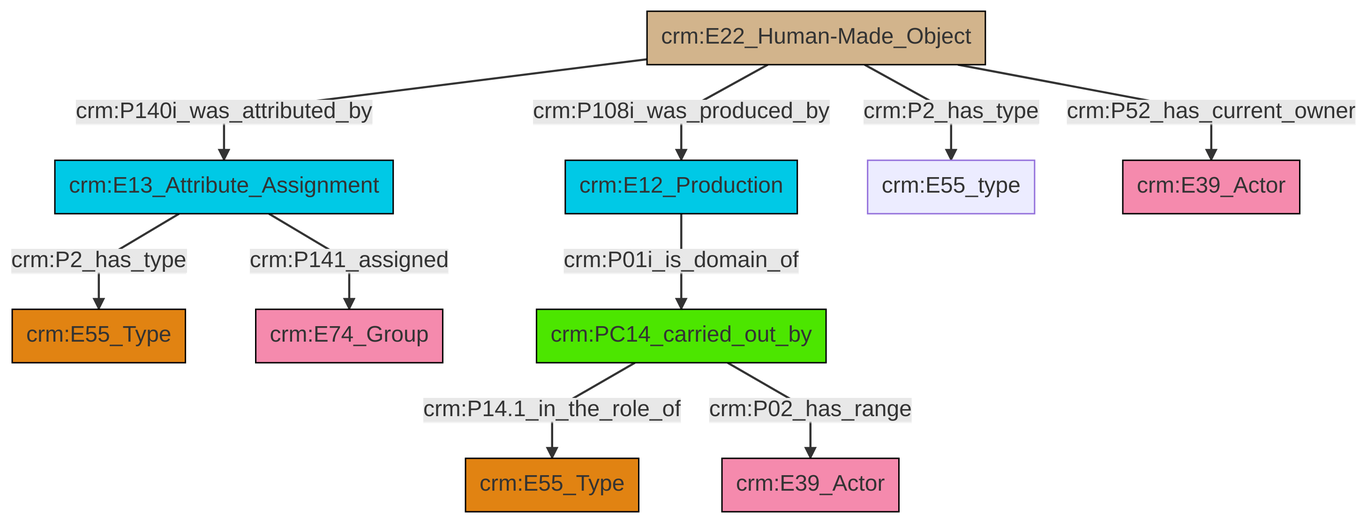
swiss-art-research-net/docs.swissartresearch keeps this Mermaid diagram as et/builtWorkCSV/ttl/mmd/png/Built_Work_actor_relations.png. Above is the earlier version. Its source is kept beside it as et/builtWorkCSV/ttl/mmd/Built_Work_actor_relations.ttl.mmd.
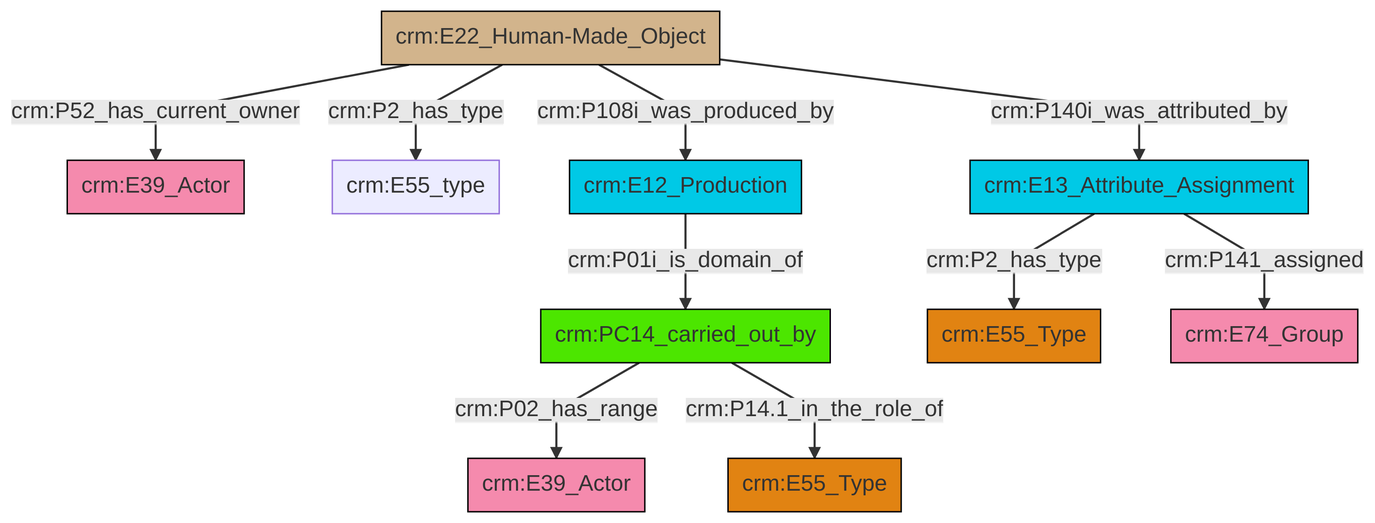
The same diagram one commit later.

Diff of the diagram source:
```diff
@@ -13,12 +13,12 @@
 classDef PC_Classes fill:#4ce600, stroke:#000000;
 classDef Multi fill:#cccccc,stroke:#000000;
 
-2["crm:E22_Human-Made_Object"]:::Physical_Thing -->|crm:P108i_was_produced_by| 3["crm:E12_Production"]:::Temporal_Entity
-4["crm:E13_Attribute_Assignment"]:::Temporal_Entity -->|crm:P2_has_type| 0["crm:E55_Type"]:::Type
-2["crm:E22_Human-Made_Object"]:::Physical_Thing -->|crm:P2_has_type| 5["crm:E55_type"]:::Default
-10["crm:PC14_carried_out_by"]:::PC_Classes -->|crm:P14.1_in_the_role_of| 11["crm:E55_Type"]:::Type
-2["crm:E22_Human-Made_Object"]:::Physical_Thing -->|crm:P140i_was_attributed_by| 4["crm:E13_Attribute_Assignment"]:::Temporal_Entity
-10["crm:PC14_carried_out_by"]:::PC_Classes -->|crm:P02_has_range| 12["crm:E39_Actor"]:::Actor
-4["crm:E13_Attribute_Assignment"]:::Temporal_Entity -->|crm:P141_assigned| 8["crm:E74_Group"]:::Actor
-2["crm:E22_Human-Made_Object"]:::Physical_Thing -->|crm:P52_has_current_owner| 6["crm:E39_Actor"]:::Actor
-3["crm:E12_Production"]:::Temporal_Entity -->|crm:P01i_is_domain_of| 10["crm:PC14_carried_out_by"]:::PC_Classes
+2["crm:PC14_carried_out_by"]:::PC_Classes -->|crm:P02_has_range| 3["crm:E39_Actor"]:::Actor
+4["crm:E22_Human-Made_Object"]:::Physical_Thing -->|crm:P52_has_current_owner| 5["crm:E39_Actor"]:::Actor
+4["crm:E22_Human-Made_Object"]:::Physical_Thing -->|crm:P2_has_type| 6["crm:E55_type"]:::Default
+4["crm:E22_Human-Made_Object"]:::Physical_Thing -->|crm:P108i_was_produced_by| 7["crm:E12_Production"]:::Temporal_Entity
+4["crm:E22_Human-Made_Object"]:::Physical_Thing -->|crm:P140i_was_attributed_by| 12["crm:E13_Attribute_Assignment"]:::Temporal_Entity
+12["crm:E13_Attribute_Assignment"]:::Temporal_Entity -->|crm:P2_has_type| 14["crm:E55_Type"]:::Type
+12["crm:E13_Attribute_Assignment"]:::Temporal_Entity -->|crm:P141_assigned| 0["crm:E74_Group"]:::Actor
+7["crm:E12_Production"]:::Temporal_Entity -->|crm:P01i_is_domain_of| 2["crm:PC14_carried_out_by"]:::PC_Classes
+2["crm:PC14_carried_out_by"]:::PC_Classes -->|crm:P14.1_in_the_role_of| 9["crm:E55_Type"]:::Type
```
